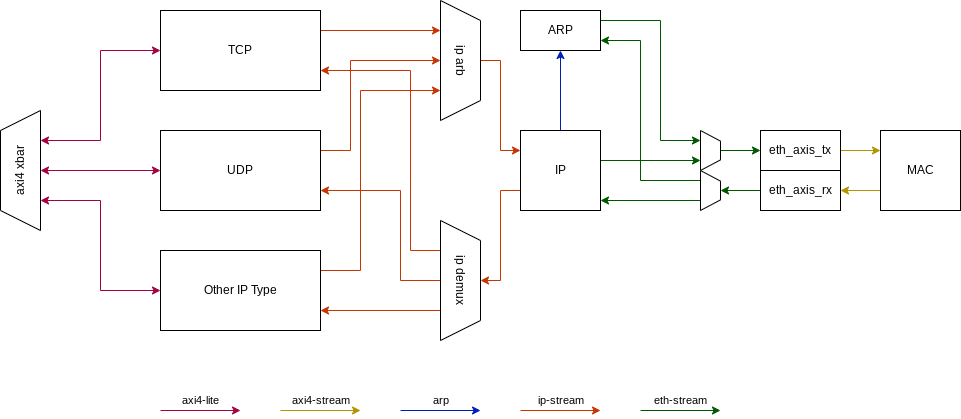
bman12three4/super6502 keeps this draw.io diagram as hw/super6502_fpga/src/sub/network_processor/doc/network_processor.drawio.png. Above is the earlier version. Source tidied: cells renumbered, new cells last; positions are measured from the earlier drawing's top-left corner, leaving out a move shared by most shapes.
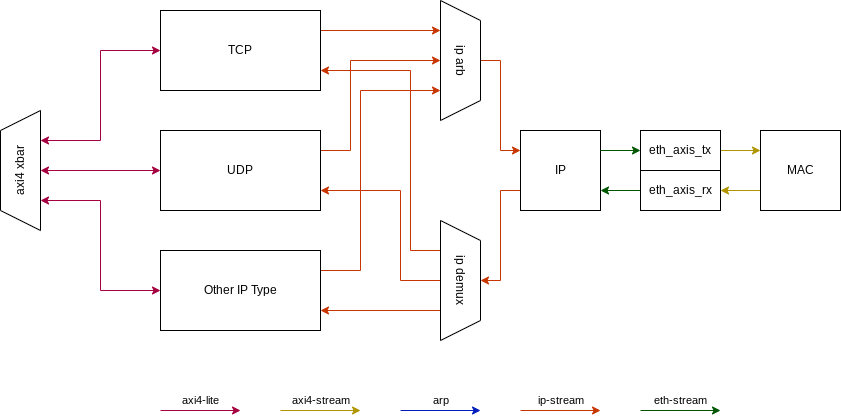
The same diagram one commit later.

Change to the diagram source:
```diff
@@ -46,24 +46,11 @@
       <mxGeometry relative="1" as="geometry" />
     </mxCell>
     <mxCell id="13" value="MAC" style="whiteSpace=wrap;html=1;" parent="1" vertex="1">
-      <mxGeometry x="920" y="120" width="80" height="80" as="geometry" />
+      <mxGeometry x="800" y="120" width="80" height="80" as="geometry" />
     </mxCell>
-    <mxCell id="14" style="edgeStyle=orthogonalEdgeStyle;rounded=0;jettySize=auto;html=1;fillColor=#008a00;strokeColor=#005700;exitX=0.75;exitY=1;exitDx=0;exitDy=0;entryX=1;entryY=0.875;entryDx=0;entryDy=0;entryPerimeter=0;" parent="1" edge="1" source="30" target="18">
-      <mxGeometry relative="1" as="geometry" />
-    </mxCell>
-    <mxCell id="15" style="edgeStyle=orthogonalEdgeStyle;rounded=0;jettySize=auto;html=1;exitX=1;exitY=0.25;exitDx=0;exitDy=0;entryX=0.75;entryY=1;entryDx=0;entryDy=0;fillColor=#008a00;strokeColor=#005700;" parent="1" edge="1" source="18" target="28">
-      <mxGeometry relative="1" as="geometry">
-        <Array as="points">
-          <mxPoint x="640" y="150" />
-        </Array>
-      </mxGeometry>
-    </mxCell>
     <mxCell id="16" style="edgeStyle=orthogonalEdgeStyle;rounded=0;jettySize=auto;html=1;exitX=0;exitY=0.75;exitDx=0;exitDy=0;entryX=0.5;entryY=0;entryDx=0;entryDy=0;fillColor=#fa6800;strokeColor=#C73500;" parent="1" edge="1" source="18" target="24">
       <mxGeometry relative="1" as="geometry" />
     </mxCell>
-    <mxCell id="17" style="edgeStyle=orthogonalEdgeStyle;rounded=0;jettySize=auto;html=1;entryX=0.5;entryY=1;entryDx=0;entryDy=0;fillColor=#0050ef;strokeColor=#001DBC;" parent="1" edge="1" source="18" target="26">
-      <mxGeometry relative="1" as="geometry" />
-    </mxCell>
     <mxCell id="18" value="IP" style="rounded=0;whiteSpace=wrap;html=1;" parent="1" vertex="1">
       <mxGeometry x="560" y="120" width="80" height="80" as="geometry" />
     </mxCell>
@@ -95,34 +82,9 @@
     <mxCell id="24" value="ip demux" style="shape=trapezoid;perimeter=trapezoidPerimeter;whiteSpace=wrap;html=1;fixedSize=1;rotation=90;" parent="1" vertex="1">
       <mxGeometry x="440" y="250" width="120" height="40" as="geometry" />
     </mxCell>
-    <mxCell id="25" style="edgeStyle=orthogonalEdgeStyle;rounded=0;jettySize=auto;html=1;exitX=1;exitY=0.25;exitDx=0;exitDy=0;entryX=0.25;entryY=1;entryDx=0;entryDy=0;fillColor=#008a00;strokeColor=#005700;" parent="1" edge="1" source="26" target="28">
-      <mxGeometry relative="1" as="geometry">
-        <Array as="points">
-          <mxPoint x="700" y="10" />
-          <mxPoint x="700" y="130" />
-        </Array>
-      </mxGeometry>
-    </mxCell>
-    <mxCell id="26" value="ARP" style="rounded=0;whiteSpace=wrap;html=1;" parent="1" vertex="1">
-      <mxGeometry x="560" width="80" height="40" as="geometry" />
-    </mxCell>
-    <mxCell id="27" style="edgeStyle=orthogonalEdgeStyle;rounded=0;jettySize=auto;html=1;entryX=0;entryY=0.5;entryDx=0;entryDy=0;fillColor=#008a00;strokeColor=#005700;" parent="1" edge="1" source="28" target="42">
+    <mxCell id="27" style="edgeStyle=orthogonalEdgeStyle;rounded=0;jettySize=auto;html=1;entryX=0;entryY=0.5;entryDx=0;entryDy=0;fillColor=#008a00;strokeColor=#005700;exitX=1;exitY=0.25;exitDx=0;exitDy=0;" parent="1" edge="1" source="18" target="42">
       <mxGeometry relative="1" as="geometry" />
     </mxCell>
-    <mxCell id="28" style="shape=trapezoid;perimeter=trapezoidPerimeter;whiteSpace=wrap;html=1;fixedSize=1;rotation=90;size=10.620000000000118;" parent="1" vertex="1">
-      <mxGeometry x="730" y="130" width="40" height="20" as="geometry" />
-    </mxCell>
-    <mxCell id="29" style="edgeStyle=orthogonalEdgeStyle;rounded=0;jettySize=auto;html=1;exitX=0.25;exitY=1;exitDx=0;exitDy=0;entryX=1;entryY=0.75;entryDx=0;entryDy=0;fillColor=#008a00;strokeColor=#005700;" parent="1" edge="1" source="30" target="26">
-      <mxGeometry relative="1" as="geometry">
-        <Array as="points">
-          <mxPoint x="680" y="170" />
-          <mxPoint x="680" y="30" />
-        </Array>
-      </mxGeometry>
-    </mxCell>
-    <mxCell id="30" style="shape=trapezoid;perimeter=trapezoidPerimeter;whiteSpace=wrap;html=1;fixedSize=1;rotation=90;size=10.620000000000118;" parent="1" vertex="1">
-      <mxGeometry x="730" y="170" width="40" height="20" as="geometry" />
-    </mxCell>
     <mxCell id="31" style="endArrow=classic;html=1;rounded=0;fillColor=#d80073;strokeColor=#A50040;" parent="1" edge="1">
       <mxGeometry relative="1" as="geometry">
         <mxPoint x="200" y="400" as="sourcePoint" />
@@ -182,13 +144,13 @@
       <mxGeometry relative="1" as="geometry" />
     </mxCell>
     <mxCell id="42" value="eth_axis_tx" style="rounded=0;whiteSpace=wrap;html=1;" parent="1" vertex="1">
-      <mxGeometry x="800" y="120" width="80" height="40" as="geometry" />
+      <mxGeometry x="680" y="120" width="80" height="40" as="geometry" />
     </mxCell>
-    <mxCell id="43" style="edgeStyle=orthogonalEdgeStyle;rounded=0;jettySize=auto;html=1;entryX=0.5;entryY=0;entryDx=0;entryDy=0;fillColor=#008a00;strokeColor=#005700;" parent="1" edge="1" source="44" target="30">
+    <mxCell id="43" style="edgeStyle=orthogonalEdgeStyle;rounded=0;jettySize=auto;html=1;entryX=1;entryY=0.75;entryDx=0;entryDy=0;fillColor=#008a00;strokeColor=#005700;" parent="1" edge="1" source="44" target="18">
       <mxGeometry relative="1" as="geometry" />
     </mxCell>
     <mxCell id="44" value="eth_axis_rx" style="rounded=0;whiteSpace=wrap;html=1;" parent="1" vertex="1">
-      <mxGeometry x="800" y="160" width="80" height="40" as="geometry" />
+      <mxGeometry x="680" y="160" width="80" height="40" as="geometry" />
     </mxCell>
   </root>
 </mxGraphModel>
```
